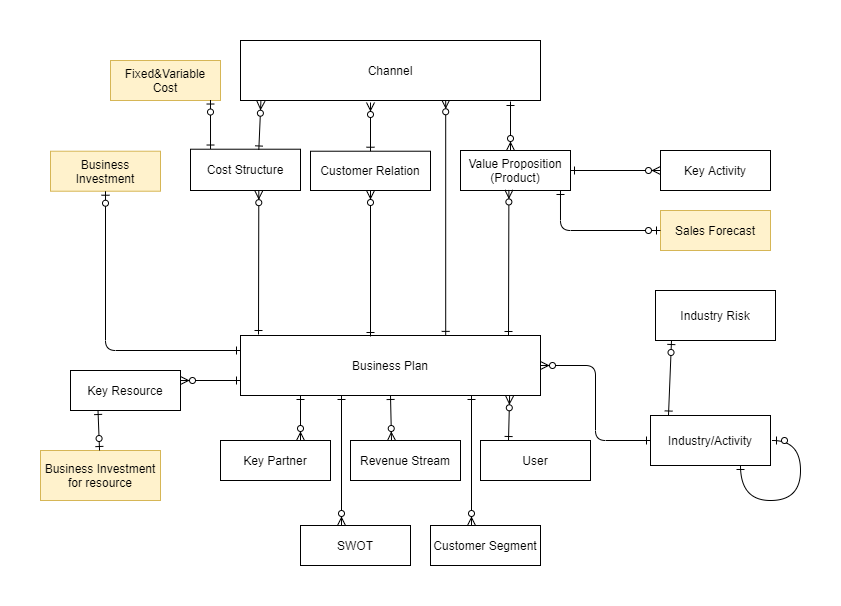
Earlier version of the draw.io export INFO/BO_model.png (KABADATeam/KABADA-API). Source tidied: cells renumbered, new cells last; positions are measured from the earlier drawing's top-left corner, leaving out a move shared by most shapes. Its diagram source:
```xml
<mxGraphModel>
  <root>
    <mxCell id="0" />
    <mxCell id="1" parent="0" />
    <mxCell id="2" style="endArrow=ERzeroToMany;startArrow=ERone;endFill=1;startFill=0;exitX=0.684;exitY=-0.002;exitDx=0;exitDy=0;entryX=0.684;entryY=0.988;entryDx=0;entryDy=0;entryPerimeter=0;exitPerimeter=0;" parent="1" edge="1" source="3" target="5">
      <mxGeometry relative="1" as="geometry" />
    </mxCell>
    <mxCell id="3" value="Business Plan" style="rounded=0;whiteSpace=wrap;html=1;" parent="1" vertex="1">
      <mxGeometry x="200" y="295" width="300" height="60" as="geometry" />
    </mxCell>
    <mxCell id="4" value="Value Proposition (Product)" style="rounded=0;whiteSpace=wrap;html=1;" parent="1" vertex="1">
      <mxGeometry x="420" y="110" width="110" height="40" as="geometry" />
    </mxCell>
    <mxCell id="5" value="Channel" style="rounded=0;whiteSpace=wrap;html=1;" parent="1" vertex="1">
      <mxGeometry x="200" width="300" height="60" as="geometry" />
    </mxCell>
    <mxCell id="6" style="endArrow=ERzeroToMany;startArrow=ERone;endFill=1;startFill=0;" parent="1" edge="1">
      <mxGeometry relative="1" as="geometry">
        <mxPoint x="470" y="61" as="sourcePoint" />
        <mxPoint x="470" y="110" as="targetPoint" />
      </mxGeometry>
    </mxCell>
    <mxCell id="7" style="endArrow=ERzeroToMany;startArrow=ERone;endFill=1;startFill=0;entryX=0.44;entryY=0.986;entryDx=0;entryDy=0;entryPerimeter=0;" parent="1" edge="1" target="4">
      <mxGeometry relative="1" as="geometry">
        <mxPoint x="468" y="295" as="sourcePoint" />
      </mxGeometry>
    </mxCell>
    <mxCell id="8" value="Key Activity" style="rounded=0;whiteSpace=wrap;html=1;" parent="1" vertex="1">
      <mxGeometry x="620" y="110" width="110" height="40" as="geometry" />
    </mxCell>
    <mxCell id="9" style="edgeStyle=orthogonalEdgeStyle;endArrow=ERzeroToMany;startArrow=ERone;endFill=1;startFill=0;exitX=1;exitY=0.5;exitDx=0;exitDy=0;entryX=0;entryY=0.5;entryDx=0;entryDy=0;" parent="1" edge="1" source="4" target="8">
      <mxGeometry relative="1" as="geometry" />
    </mxCell>
    <mxCell id="10" value="Customer Relation" style="rounded=0;whiteSpace=wrap;html=1;" parent="1" vertex="1">
      <mxGeometry x="270" y="110.7" width="120" height="39.3" as="geometry" />
    </mxCell>
    <mxCell id="11" style="endArrow=ERzeroToMany;startArrow=ERone;endFill=1;startFill=0;exitX=0.5;exitY=0;exitDx=0;exitDy=0;" parent="1" edge="1" source="10">
      <mxGeometry x="290" y="210" as="geometry">
        <mxPoint x="330" y="62" as="targetPoint" />
      </mxGeometry>
    </mxCell>
    <mxCell id="12" style="endArrow=ERzeroToMany;startArrow=ERone;endFill=1;startFill=0;entryX=0.5;entryY=1;entryDx=0;entryDy=0;" parent="1" edge="1" target="10">
      <mxGeometry x="290" y="210" as="geometry">
        <mxPoint x="330" y="296" as="sourcePoint" />
      </mxGeometry>
    </mxCell>
    <mxCell id="13" value="Cost Structure" style="rounded=0;whiteSpace=wrap;html=1;" parent="1" vertex="1">
      <mxGeometry x="150" y="108.7" width="110" height="41.3" as="geometry" />
    </mxCell>
    <mxCell id="14" style="endArrow=ERzeroToMany;startArrow=ERone;endFill=1;startFill=0;exitX=0.621;exitY=0.018;exitDx=0;exitDy=0;exitPerimeter=0;entryX=0.068;entryY=1.012;entryDx=0;entryDy=0;entryPerimeter=0;" parent="1" edge="1" source="13" target="5">
      <mxGeometry x="170" y="208" as="geometry" />
    </mxCell>
    <mxCell id="15" style="endArrow=ERzeroToMany;startArrow=ERone;endFill=1;startFill=0;entryX=0.621;entryY=1.004;entryDx=0;entryDy=0;entryPerimeter=0;" parent="1" edge="1" target="13">
      <mxGeometry x="170" y="208" as="geometry">
        <mxPoint x="218" y="294" as="sourcePoint" />
      </mxGeometry>
    </mxCell>
    <mxCell id="16" value="User" style="rounded=0;whiteSpace=wrap;html=1;" parent="1" vertex="1">
      <mxGeometry x="440" y="400" width="110" height="40" as="geometry" />
    </mxCell>
    <mxCell id="17" value="Revenue Stream" style="rounded=0;whiteSpace=wrap;html=1;" parent="1" vertex="1">
      <mxGeometry x="310" y="400" width="110" height="40" as="geometry" />
    </mxCell>
    <mxCell id="18" value="Key Partner" style="rounded=0;whiteSpace=wrap;html=1;" parent="1" vertex="1">
      <mxGeometry x="180" y="400" width="110" height="40" as="geometry" />
    </mxCell>
    <mxCell id="19" style="endArrow=ERzeroToMany;startArrow=ERone;endFill=1;startFill=0;entryX=0.897;entryY=1.005;entryDx=0;entryDy=0;entryPerimeter=0;" parent="1" edge="1" target="3">
      <mxGeometry x="300" y="220" as="geometry">
        <mxPoint x="468" y="400" as="sourcePoint" />
      </mxGeometry>
    </mxCell>
    <mxCell id="20" style="endArrow=ERzeroToMany;startArrow=ERone;endFill=1;startFill=0;exitX=0.5;exitY=1;exitDx=0;exitDy=0;" parent="1" edge="1" source="3">
      <mxGeometry x="310" y="230" as="geometry">
        <mxPoint x="351" y="400" as="targetPoint" />
      </mxGeometry>
    </mxCell>
    <mxCell id="21" style="endArrow=ERzeroToMany;startArrow=ERone;endFill=1;startFill=0;" parent="1" edge="1">
      <mxGeometry x="320" y="240" as="geometry">
        <mxPoint x="260" y="355" as="sourcePoint" />
        <mxPoint x="260" y="400" as="targetPoint" />
      </mxGeometry>
    </mxCell>
    <mxCell id="22" value="Key Resource&lt;span style=&quot;color: rgba(0 , 0 , 0 , 0) ; font-family: monospace ; font-size: 0px&quot;&gt;%3CmxGraphModel%3E%3Croot%3E%3CmxCell%20id%3D%220%22%2F%3E%3CmxCell%20id%3D%221%22%20parent%3D%220%22%2F%3E%3CmxCell%20id%3D%222%22%20value%3D%22Key%20Partner%22%20style%3D%22rounded%3D0%3BwhiteSpace%3Dwrap%3Bhtml%3D1%3B%22%20vertex%3D%221%22%20parent%3D%221%22%3E%3CmxGeometry%20x%3D%22200%22%20y%3D%22550%22%20width%3D%22110%22%20height%3D%2240%22%20as%3D%22geometry%22%2F%3E%3C%2FmxCell%3E%3C%2Froot%3E%3C%2FmxGraphModel%3E&lt;/span&gt;" style="rounded=0;whiteSpace=wrap;html=1;" parent="1" vertex="1">
      <mxGeometry x="30" y="330" width="110" height="40" as="geometry" />
    </mxCell>
    <mxCell id="23" value="Business Investment" style="rounded=0;whiteSpace=wrap;html=1;fillColor=#fff2cc;strokeColor=#d6b656;" parent="1" vertex="1">
      <mxGeometry x="10" y="110.7" width="110" height="40" as="geometry" />
    </mxCell>
    <mxCell id="24" style="endArrow=ERzeroToOne;startArrow=ERone;endFill=1;startFill=0;exitX=0;exitY=0.25;exitDx=0;exitDy=0;edgeStyle=orthogonalEdgeStyle;entryX=0.5;entryY=1;entryDx=0;entryDy=0;" parent="1" edge="1" source="3" target="23">
      <mxGeometry x="180" y="218" as="geometry" />
    </mxCell>
    <mxCell id="25" style="endArrow=ERzeroToMany;startArrow=ERone;endFill=1;startFill=0;entryX=1;entryY=0.25;entryDx=0;entryDy=0;exitX=0;exitY=0.75;exitDx=0;exitDy=0;" parent="1" edge="1" source="3" target="22">
      <mxGeometry x="190" y="228" as="geometry" />
    </mxCell>
    <mxCell id="26" value="Fixed&amp;amp;Variable Cost" style="rounded=0;whiteSpace=wrap;html=1;fillColor=#fff2cc;strokeColor=#d6b656;" parent="1" vertex="1">
      <mxGeometry x="70" y="20" width="110" height="40" as="geometry" />
    </mxCell>
    <mxCell id="27" style="endArrow=ERone;startArrow=ERzeroToOne;endFill=0;startFill=1;exitX=0.909;exitY=0.988;exitDx=0;exitDy=0;exitPerimeter=0;entryX=0.182;entryY=-0.005;entryDx=0;entryDy=0;entryPerimeter=0;" parent="1" edge="1" source="26" target="13">
      <mxGeometry x="180" y="218" as="geometry" />
    </mxCell>
    <mxCell id="28" value="Business Investment for resource" style="rounded=0;whiteSpace=wrap;html=1;fillColor=#fff2cc;strokeColor=#d6b656;" parent="1" vertex="1">
      <mxGeometry y="410" width="120" height="50" as="geometry" />
    </mxCell>
    <mxCell id="29" style="endArrow=ERzeroToOne;startArrow=ERone;endFill=1;startFill=0;exitX=0.25;exitY=1;exitDx=0;exitDy=0;" parent="1" edge="1" source="22" target="28">
      <mxGeometry x="190" y="228" as="geometry" />
    </mxCell>
    <mxCell id="30" value="Industry Risk" style="rounded=0;whiteSpace=wrap;html=1;" parent="1" vertex="1">
      <mxGeometry x="615" y="250" width="120" height="50" as="geometry" />
    </mxCell>
    <mxCell id="31" value="Industry/Activity" style="rounded=0;whiteSpace=wrap;html=1;" parent="1" vertex="1">
      <mxGeometry x="610" y="375" width="120" height="50" as="geometry" />
    </mxCell>
    <mxCell id="32" style="endArrow=ERzeroToOne;startArrow=ERone;endFill=1;startFill=0;exitX=0.15;exitY=-0.01;exitDx=0;exitDy=0;exitPerimeter=0;" parent="1" edge="1" source="31">
      <mxGeometry x="190" y="228" as="geometry">
        <mxPoint x="631" y="300" as="targetPoint" />
      </mxGeometry>
    </mxCell>
    <mxCell id="33" style="endArrow=ERzeroToOne;startArrow=ERone;endFill=1;startFill=0;edgeStyle=orthogonalEdgeStyle;curved=1;exitX=0.75;exitY=1;exitDx=0;exitDy=0;" parent="1" edge="1" source="31">
      <mxGeometry x="242" y="263" as="geometry">
        <mxPoint x="732" y="400" as="targetPoint" />
        <Array as="points">
          <mxPoint x="700" y="460" />
          <mxPoint x="760" y="460" />
          <mxPoint x="760" y="400" />
        </Array>
      </mxGeometry>
    </mxCell>
    <mxCell id="34" style="endArrow=ERone;startArrow=ERzeroToMany;endFill=0;startFill=1;exitX=1;exitY=0.5;exitDx=0;exitDy=0;entryX=0;entryY=0.5;entryDx=0;entryDy=0;edgeStyle=orthogonalEdgeStyle;" parent="1" edge="1" source="3" target="31">
      <mxGeometry x="200" y="238" as="geometry" />
    </mxCell>
    <mxCell id="35" value="Sales Forecast" style="rounded=0;whiteSpace=wrap;html=1;fillColor=#fff2cc;strokeColor=#d6b656;" parent="1" vertex="1">
      <mxGeometry x="620" y="170" width="110" height="40" as="geometry" />
    </mxCell>
    <mxCell id="36" style="endArrow=ERone;startArrow=ERzeroToOne;endFill=0;startFill=1;exitX=0;exitY=0.5;exitDx=0;exitDy=0;entryX=0.909;entryY=1;entryDx=0;entryDy=0;entryPerimeter=0;edgeStyle=elbowEdgeStyle;elbow=vertical;" parent="1" edge="1" source="35" target="4">
      <mxGeometry x="190" y="228" as="geometry">
        <Array as="points">
          <mxPoint x="570" y="190" />
        </Array>
      </mxGeometry>
    </mxCell>
    <mxCell id="37" style="group;" parent="1" vertex="1">
      <mxGeometry x="260" y="355" width="110" height="170" as="geometry" />
    </mxCell>
    <mxCell id="38" value="SWOT" style="rounded=0;whiteSpace=wrap;html=1;" parent="37" vertex="1">
      <mxGeometry y="130" width="110" height="40" as="geometry" />
    </mxCell>
    <mxCell id="39" style="endArrow=ERzeroToMany;startArrow=ERone;endFill=1;startFill=0;" parent="37" edge="1">
      <mxGeometry x="-20" y="-190" as="geometry">
        <mxPoint x="41" as="sourcePoint" />
        <mxPoint x="41" y="130" as="targetPoint" />
      </mxGeometry>
    </mxCell>
    <mxCell id="40" value="Customer Segment" style="rounded=0;whiteSpace=wrap;html=1;" parent="1" vertex="1">
      <mxGeometry x="390" y="485" width="110" height="40" as="geometry" />
    </mxCell>
    <mxCell id="41" style="endArrow=ERzeroToMany;startArrow=ERone;endFill=1;startFill=0;" parent="1" edge="1">
      <mxGeometry x="390" y="315" as="geometry">
        <mxPoint x="431" y="355" as="sourcePoint" />
        <mxPoint x="431" y="485" as="targetPoint" />
      </mxGeometry>
    </mxCell>
  </root>
</mxGraphModel>
```
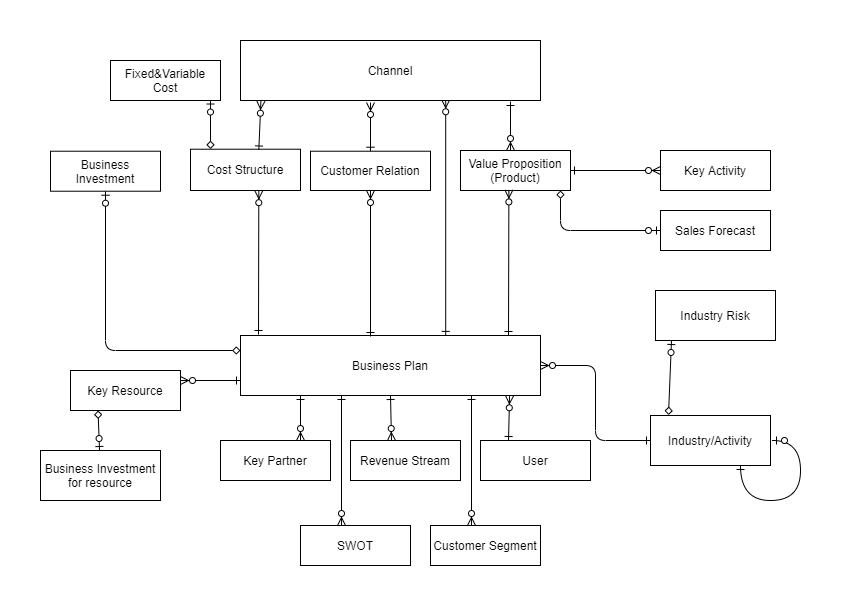
Above is the later version.

Change to the diagram source:
```diff
@@ -83,25 +83,25 @@
     <mxCell id="22" value="Key Resource&lt;span style=&quot;color: rgba(0 , 0 , 0 , 0) ; font-family: monospace ; font-size: 0px&quot;&gt;%3CmxGraphModel%3E%3Croot%3E%3CmxCell%20id%3D%220%22%2F%3E%3CmxCell%20id%3D%221%22%20parent%3D%220%22%2F%3E%3CmxCell%20id%3D%222%22%20value%3D%22Key%20Partner%22%20style%3D%22rounded%3D0%3BwhiteSpace%3Dwrap%3Bhtml%3D1%3B%22%20vertex%3D%221%22%20parent%3D%221%22%3E%3CmxGeometry%20x%3D%22200%22%20y%3D%22550%22%20width%3D%22110%22%20height%3D%2240%22%20as%3D%22geometry%22%2F%3E%3C%2FmxCell%3E%3C%2Froot%3E%3C%2FmxGraphModel%3E&lt;/span&gt;" style="rounded=0;whiteSpace=wrap;html=1;" parent="1" vertex="1">
       <mxGeometry x="30" y="330" width="110" height="40" as="geometry" />
     </mxCell>
-    <mxCell id="23" value="Business Investment" style="rounded=0;whiteSpace=wrap;html=1;fillColor=#fff2cc;strokeColor=#d6b656;" parent="1" vertex="1">
+    <mxCell id="23" value="Business Investment" style="rounded=0;whiteSpace=wrap;html=1;" parent="1" vertex="1">
       <mxGeometry x="10" y="110.7" width="110" height="40" as="geometry" />
     </mxCell>
-    <mxCell id="24" style="endArrow=ERzeroToOne;startArrow=ERone;endFill=1;startFill=0;exitX=0;exitY=0.25;exitDx=0;exitDy=0;edgeStyle=orthogonalEdgeStyle;entryX=0.5;entryY=1;entryDx=0;entryDy=0;" parent="1" edge="1" source="3" target="23">
+    <mxCell id="24" style="endArrow=ERzeroToOne;startArrow=diamond;endFill=1;startFill=0;exitX=0;exitY=0.25;exitDx=0;exitDy=0;edgeStyle=orthogonalEdgeStyle;entryX=0.5;entryY=1;entryDx=0;entryDy=0;" parent="1" edge="1" source="3" target="23">
       <mxGeometry x="180" y="218" as="geometry" />
     </mxCell>
     <mxCell id="25" style="endArrow=ERzeroToMany;startArrow=ERone;endFill=1;startFill=0;entryX=1;entryY=0.25;entryDx=0;entryDy=0;exitX=0;exitY=0.75;exitDx=0;exitDy=0;" parent="1" edge="1" source="3" target="22">
       <mxGeometry x="190" y="228" as="geometry" />
     </mxCell>
-    <mxCell id="26" value="Fixed&amp;amp;Variable Cost" style="rounded=0;whiteSpace=wrap;html=1;fillColor=#fff2cc;strokeColor=#d6b656;" parent="1" vertex="1">
+    <mxCell id="26" value="Fixed&amp;amp;Variable Cost" style="rounded=0;whiteSpace=wrap;html=1;" parent="1" vertex="1">
       <mxGeometry x="70" y="20" width="110" height="40" as="geometry" />
     </mxCell>
-    <mxCell id="27" style="endArrow=ERone;startArrow=ERzeroToOne;endFill=0;startFill=1;exitX=0.909;exitY=0.988;exitDx=0;exitDy=0;exitPerimeter=0;entryX=0.182;entryY=-0.005;entryDx=0;entryDy=0;entryPerimeter=0;" parent="1" edge="1" source="26" target="13">
+    <mxCell id="27" style="endArrow=diamond;startArrow=ERzeroToOne;endFill=0;startFill=1;exitX=0.909;exitY=0.988;exitDx=0;exitDy=0;exitPerimeter=0;entryX=0.182;entryY=-0.005;entryDx=0;entryDy=0;entryPerimeter=0;" parent="1" edge="1" source="26" target="13">
       <mxGeometry x="180" y="218" as="geometry" />
     </mxCell>
-    <mxCell id="28" value="Business Investment for resource" style="rounded=0;whiteSpace=wrap;html=1;fillColor=#fff2cc;strokeColor=#d6b656;" parent="1" vertex="1">
+    <mxCell id="28" value="Business Investment for resource" style="rounded=0;whiteSpace=wrap;html=1;" parent="1" vertex="1">
       <mxGeometry y="410" width="120" height="50" as="geometry" />
     </mxCell>
-    <mxCell id="29" style="endArrow=ERzeroToOne;startArrow=ERone;endFill=1;startFill=0;exitX=0.25;exitY=1;exitDx=0;exitDy=0;" parent="1" edge="1" source="22" target="28">
+    <mxCell id="29" style="endArrow=ERzeroToOne;startArrow=diamond;endFill=1;startFill=0;exitX=0.25;exitY=1;exitDx=0;exitDy=0;" parent="1" edge="1" source="22" target="28">
       <mxGeometry x="190" y="228" as="geometry" />
     </mxCell>
     <mxCell id="30" value="Industry Risk" style="rounded=0;whiteSpace=wrap;html=1;" parent="1" vertex="1">
@@ -110,7 +110,7 @@
     <mxCell id="31" value="Industry/Activity" style="rounded=0;whiteSpace=wrap;html=1;" parent="1" vertex="1">
       <mxGeometry x="610" y="375" width="120" height="50" as="geometry" />
     </mxCell>
-    <mxCell id="32" style="endArrow=ERzeroToOne;startArrow=ERone;endFill=1;startFill=0;exitX=0.15;exitY=-0.01;exitDx=0;exitDy=0;exitPerimeter=0;" parent="1" edge="1" source="31">
+    <mxCell id="32" style="endArrow=ERzeroToOne;startArrow=diamond;endFill=1;startFill=0;exitX=0.15;exitY=-0.01;exitDx=0;exitDy=0;exitPerimeter=0;" parent="1" edge="1" source="31">
       <mxGeometry x="190" y="228" as="geometry">
         <mxPoint x="631" y="300" as="targetPoint" />
       </mxGeometry>
@@ -128,10 +128,10 @@
     <mxCell id="34" style="endArrow=ERone;startArrow=ERzeroToMany;endFill=0;startFill=1;exitX=1;exitY=0.5;exitDx=0;exitDy=0;entryX=0;entryY=0.5;entryDx=0;entryDy=0;edgeStyle=orthogonalEdgeStyle;" parent="1" edge="1" source="3" target="31">
       <mxGeometry x="200" y="238" as="geometry" />
     </mxCell>
-    <mxCell id="35" value="Sales Forecast" style="rounded=0;whiteSpace=wrap;html=1;fillColor=#fff2cc;strokeColor=#d6b656;" parent="1" vertex="1">
+    <mxCell id="35" value="Sales Forecast" style="rounded=0;whiteSpace=wrap;html=1;" parent="1" vertex="1">
       <mxGeometry x="620" y="170" width="110" height="40" as="geometry" />
     </mxCell>
-    <mxCell id="36" style="endArrow=ERone;startArrow=ERzeroToOne;endFill=0;startFill=1;exitX=0;exitY=0.5;exitDx=0;exitDy=0;entryX=0.909;entryY=1;entryDx=0;entryDy=0;entryPerimeter=0;edgeStyle=elbowEdgeStyle;elbow=vertical;" parent="1" edge="1" source="35" target="4">
+    <mxCell id="36" style="endArrow=diamond;startArrow=ERzeroToOne;endFill=0;startFill=1;exitX=0;exitY=0.5;exitDx=0;exitDy=0;entryX=0.909;entryY=1;entryDx=0;entryDy=0;entryPerimeter=0;edgeStyle=elbowEdgeStyle;elbow=vertical;" parent="1" edge="1" source="35" target="4">
       <mxGeometry x="190" y="228" as="geometry">
         <Array as="points">
           <mxPoint x="570" y="190" />
```
